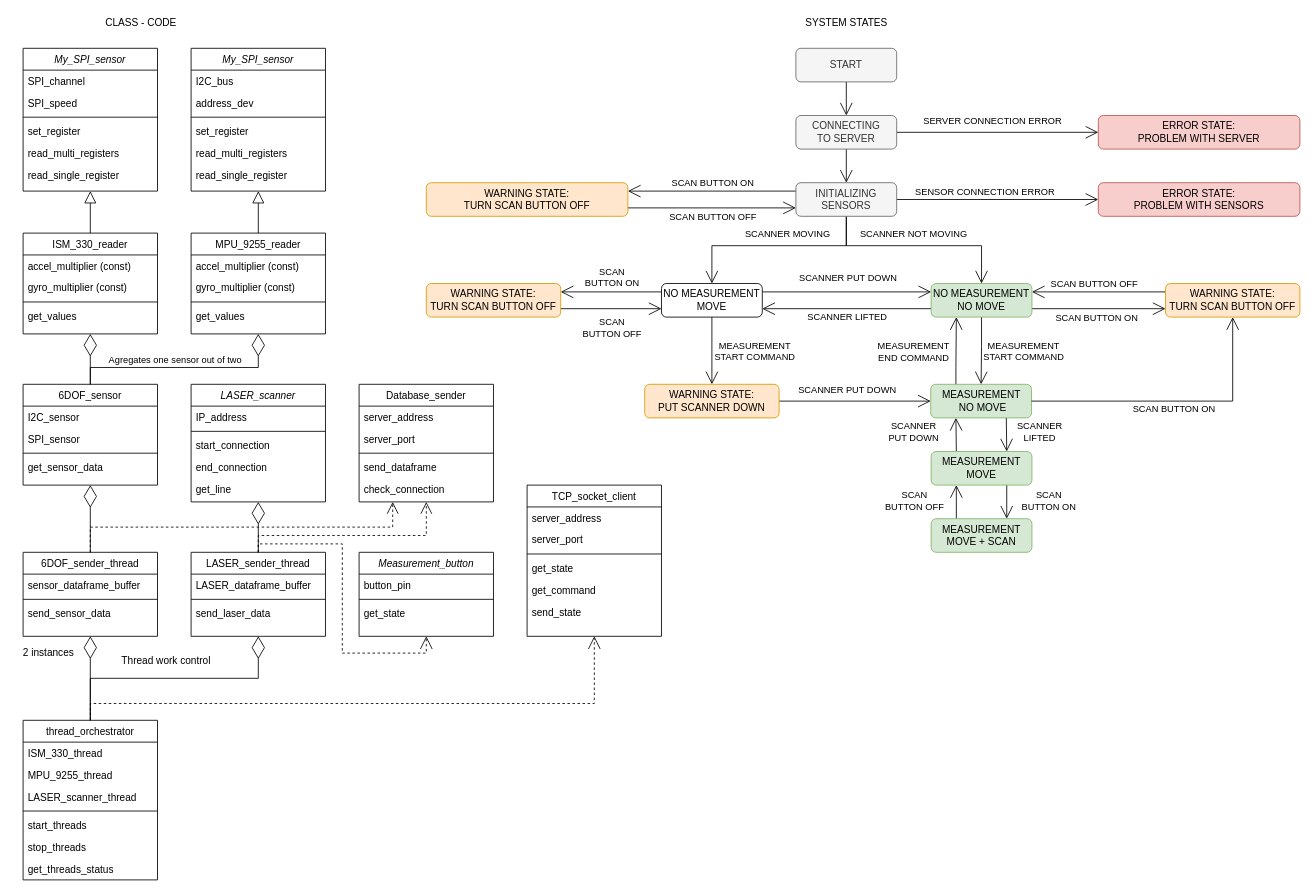
The draw.io diagram rp_client/rp_client_UML_diagram.drawio in adam-wojewoda/scan_3d_MGR, before the edit. Source tidied: cells renumbered, new cells numbered last; positions are measured from the earlier drawing's top-left corner, leaving out a move shared by most shapes. Both pictures are drawn from the tidied source at 84%, with x=0, y=0 at pixel (14, 14).
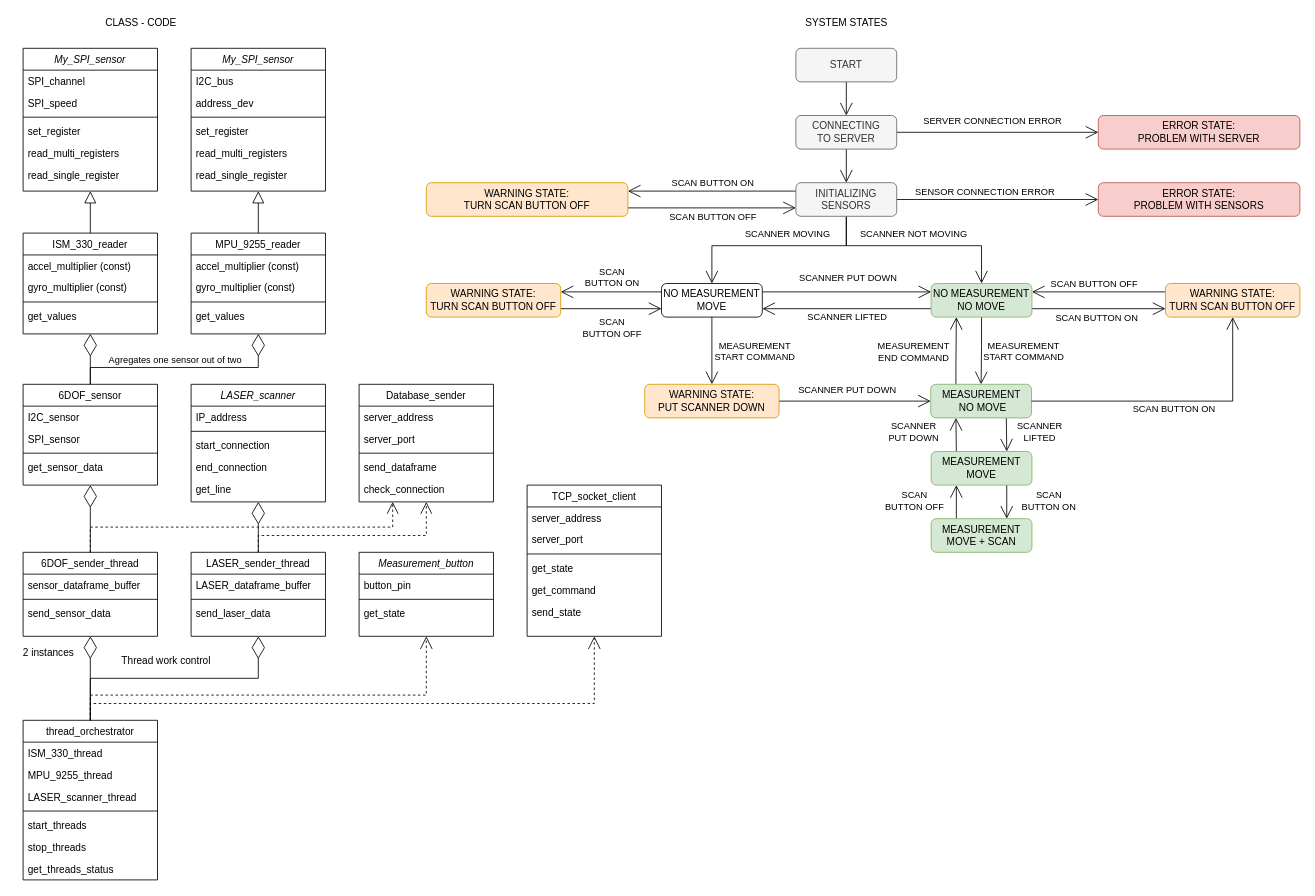
The same diagram, later.

Commit message:
tiny changes if any

Unchanged cells that the change refers to:
```xml
<mxCell id="46" value="LASER_sender_thread" style="swimlane;fontStyle=0;align=center;verticalAlign=top;horizontal=1;startSize=26;rounded=0;shadow=0;strokeWidth=1;" parent="1" vertex="1">
  <mxGeometry x="210" y="640" width="160" height="100" as="geometry" />
</mxCell>
<mxCell id="52" value="thread_orchestrator" style="swimlane;fontStyle=0;align=center;verticalAlign=top;horizontal=1;startSize=26;rounded=0;shadow=0;strokeWidth=1;" parent="1" vertex="1">
  <mxGeometry x="10" y="840" width="160" height="190" as="geometry" />
</mxCell>
<mxCell id="102" value="Measurement_button" style="swimlane;fontStyle=2;align=center;verticalAlign=top;horizontal=1;startSize=26;rounded=0;shadow=0;strokeWidth=1;" parent="1" vertex="1">
  <mxGeometry x="410" y="640" width="160" height="100" as="geometry" />
</mxCell>
```

The edit, as a diff of the source:
```diff
@@
-    <mxCell id="106" style="endArrow=open;endFill=0;endSize=13;html=1;rounded=0;edgeStyle=orthogonalEdgeStyle;exitX=0.5;exitY=0;exitDx=0;exitDy=0;entryX=0.5;entryY=1;entryDx=0;entryDy=0;jumpSize=6;dashed=1;" parent="1" edge="1" source="46" target="102">
+    <mxCell id="106" style="endArrow=open;endFill=0;endSize=13;html=1;rounded=0;edgeStyle=orthogonalEdgeStyle;exitX=0.5;exitY=0;exitDx=0;exitDy=0;entryX=0.5;entryY=1;entryDx=0;entryDy=0;jumpSize=6;dashed=1;" parent="1" edge="1" source="52" target="102">
       <mxGeometry relative="1" as="geometry">
         <Array as="points">
-          <mxPoint x="290" y="630" />
-          <mxPoint x="390" y="630" />
-          <mxPoint x="390" y="760" />
-          <mxPoint x="490" y="760" />
+          <mxPoint x="90" y="810" />
+          <mxPoint x="490" y="810" />
         </Array>
       </mxGeometry>
     </mxCell>
```
